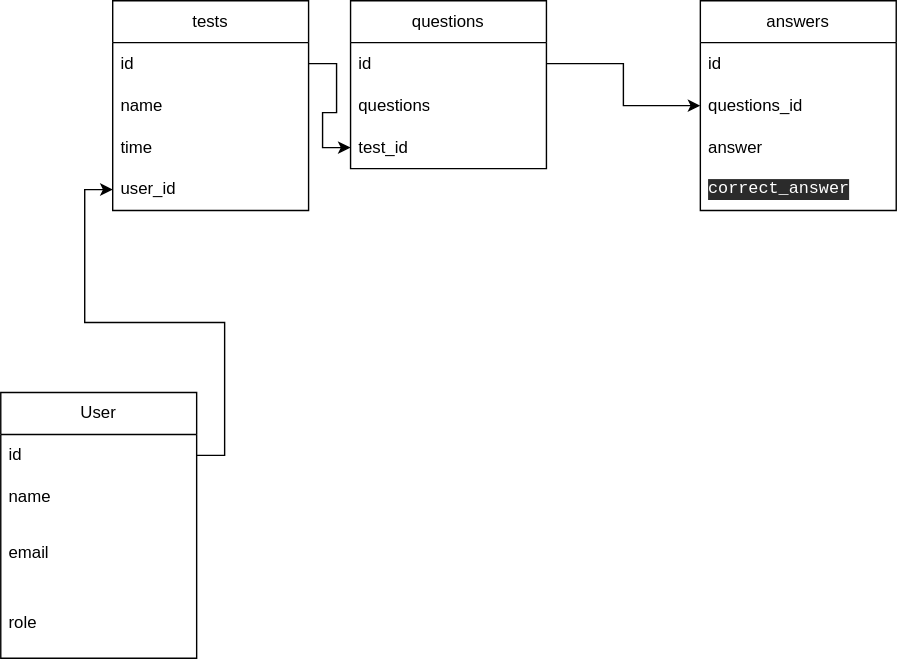
The draw.io diagram backend/ralation.svg in anikievgr/Electronic_diary-course_project, before a commit. Source tidied: cells renumbered, new cells last; positions are measured from the earlier drawing's top-left corner, leaving out a move shared by most shapes.
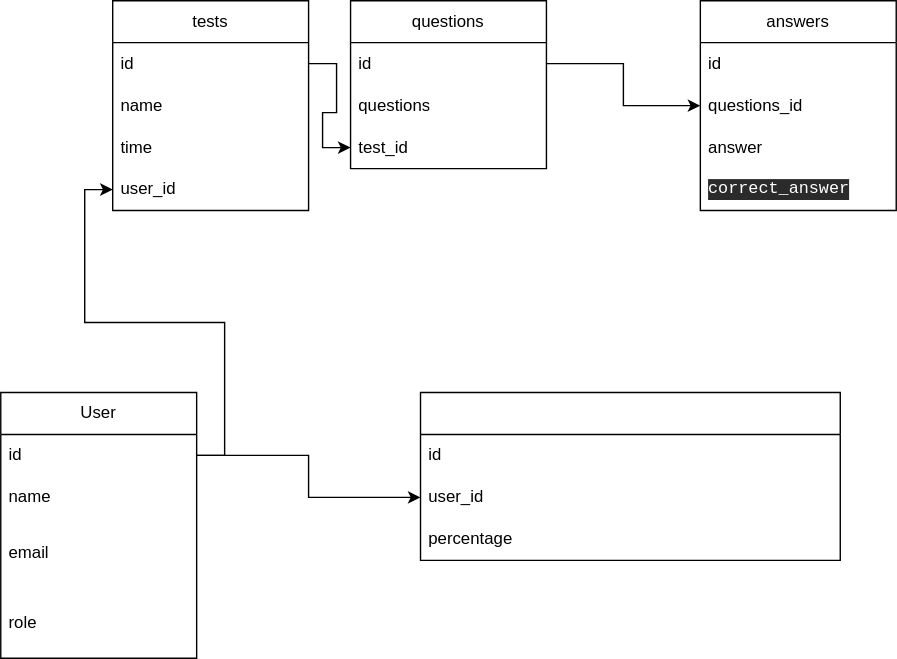
Later version of the same file.

Commit message:
добавил в схему таблицу с решениеми пользоваетелй

The edit, as a diff of the source:
```diff
@@ -68,5 +68,20 @@
     <mxCell id="23" style="edgeStyle=orthogonalEdgeStyle;rounded=0;jettySize=auto;html=1;exitX=1;exitY=0.5;exitDx=0;exitDy=0;entryX=0;entryY=0.5;entryDx=0;entryDy=0;" parent="1" edge="1" source="3" target="11">
       <mxGeometry relative="1" as="geometry" />
     </mxCell>
+    <mxCell id="24" value="&lt;div style=&quot;text-align: left;&quot;&gt;&lt;span style=&quot;background-color: initial;&quot;&gt;&lt;font face=&quot;JetBrains Mono, monospace&quot; color=&quot;#ffffff&quot;&gt;percentage_of_correct_ answers&lt;/font&gt;&lt;/span&gt;&lt;/div&gt;" style="swimlane;fontStyle=0;horizontal=1;startSize=30;whiteSpace=wrap;html=1;" parent="1" vertex="1">
+      <mxGeometry x="300" y="280" width="300" height="120" as="geometry" />
+    </mxCell>
+    <mxCell id="25" value="id" style="text;strokeColor=none;fillColor=none;align=left;verticalAlign=middle;spacingLeft=4;spacingRight=4;overflow=hidden;whiteSpace=wrap;html=1;" parent="24" vertex="1">
+      <mxGeometry y="30" width="300" height="30" as="geometry" />
+    </mxCell>
+    <mxCell id="26" value="user_id" style="text;strokeColor=none;fillColor=none;align=left;verticalAlign=middle;spacingLeft=4;spacingRight=4;overflow=hidden;points=[[0,0.5],[1,0.5]];portConstraint=eastwest;whiteSpace=wrap;html=1;" parent="24" vertex="1">
+      <mxGeometry y="60" width="300" height="30" as="geometry" />
+    </mxCell>
+    <mxCell id="27" value="percentage" style="text;strokeColor=none;fillColor=none;align=left;verticalAlign=middle;spacingLeft=4;spacingRight=4;overflow=hidden;whiteSpace=wrap;html=1;" parent="24" vertex="1">
+      <mxGeometry y="90" width="300" height="30" as="geometry" />
+    </mxCell>
+    <mxCell id="28" style="edgeStyle=orthogonalEdgeStyle;rounded=0;jettySize=auto;html=1;exitX=1;exitY=0.5;exitDx=0;exitDy=0;" parent="1" edge="1" source="3" target="26">
+      <mxGeometry relative="1" as="geometry" />
+    </mxCell>
   </root>
 </mxGraphModel>
```
